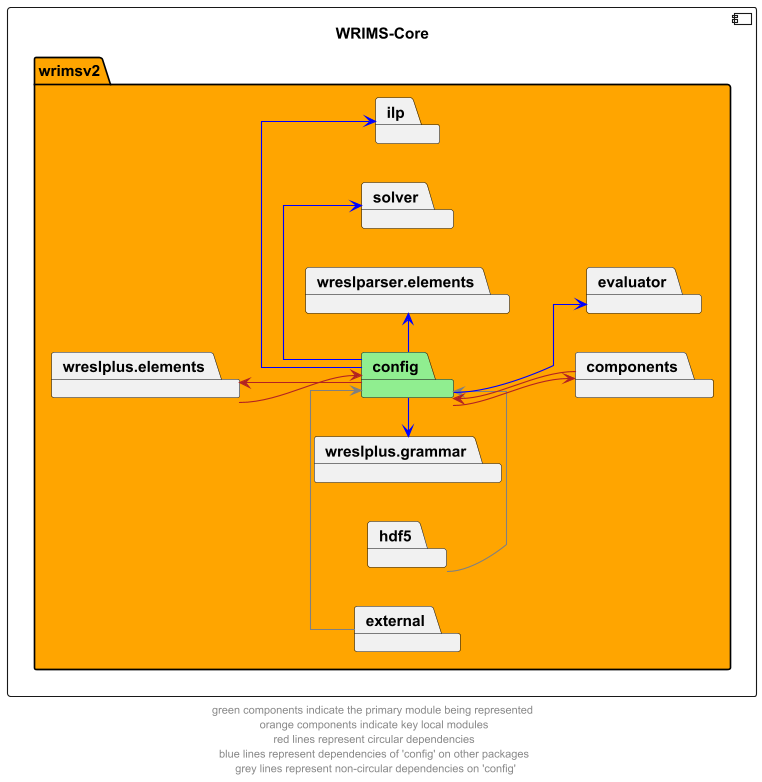
Earlier version of the PlantUML export docs/diagrams/wrims-core/wrims-core_config.png (CentralValleyModeling/wrims).
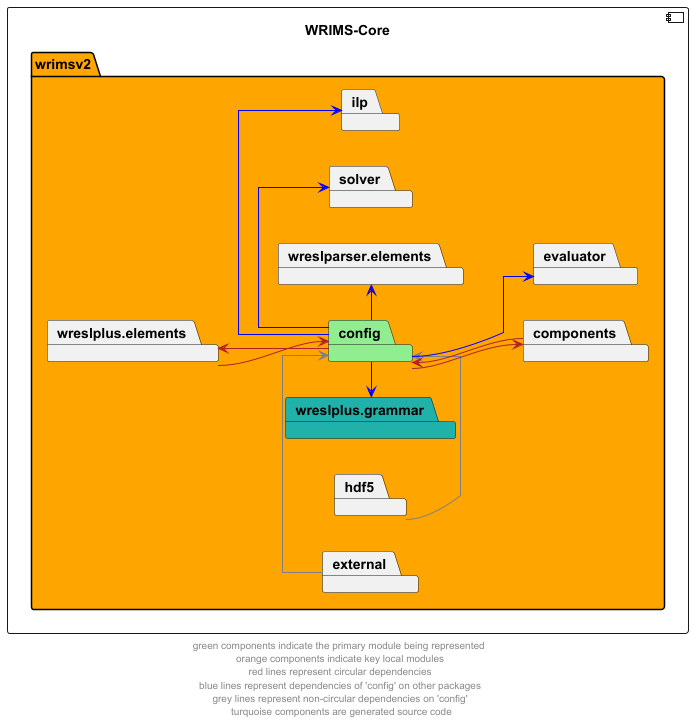
After the commit.

Commit message:
Added note about generated code for grammar package

The edit, as a diff of the source:
```diff
@@ -13,7 +13,7 @@
         package solver
         package wreslparser.elements
         package wreslplus.elements
-        package wreslplus.grammar
+        package wreslplus.grammar #lightseagreen
     }
 }
 
@@ -36,5 +36,5 @@
 wreslparser.elements -d[hidden]-> components
 wreslparser.elements -r[hidden]-> evaluator
 
-footer "green components indicate the primary module being represented \n orange components indicate key local modules \n red lines represent circular dependencies \n blue lines represent dependencies of 'config' on other packages \n grey lines represent non-circular dependencies on 'config'"
+footer "green components indicate the primary module being represented \n orange components indicate key local modules \n red lines represent circular dependencies \n blue lines represent dependencies of 'config' on other packages \n grey lines represent non-circular dependencies on 'config' \n turquoise components are generated source code"
 @enduml
```
